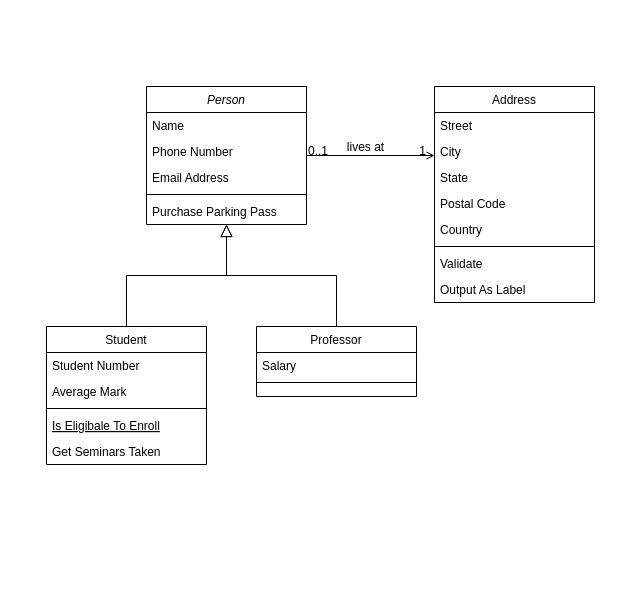
The draw.io diagram src/main/java/Practica10/Untitled Diagram.drawio in mikelghedina/JavaCourse, before the edit. Source tidied: cells renumbered, new cells numbered last; positions are measured from the earlier drawing's top-left corner, leaving out a move shared by most shapes. Both pictures are drawn from the tidied source at 100%, with x=0, y=0 at pixel (46, 86).
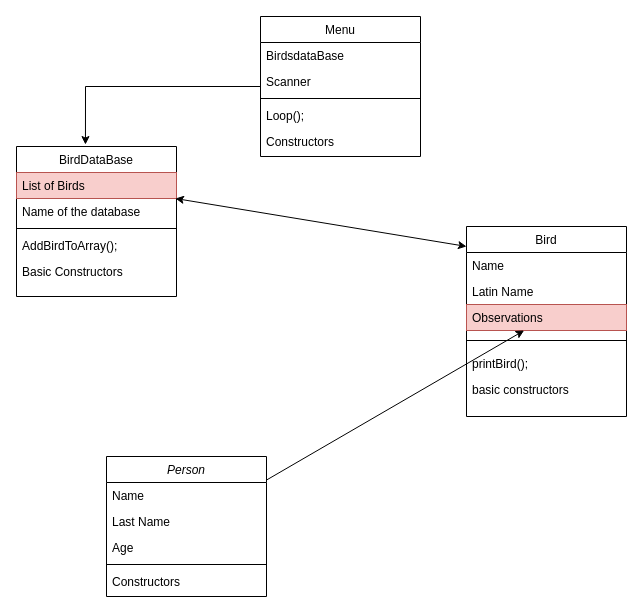
Above is the later version.

The edit, as a diff of the source:
```diff
@@
-    <mxCell id="2" value="Person" style="swimlane;fontStyle=2;align=center;verticalAlign=top;horizontal=1;startSize=26;rounded=0;shadow=0;strokeWidth=1;" parent="1" vertex="1">
-      <mxGeometry x="100" width="160" height="138" as="geometry" />
-    </mxCell>
-    <mxCell id="3" value="Name" style="text;align=left;verticalAlign=top;spacingLeft=4;spacingRight=4;overflow=hidden;" parent="2" vertex="1">
-      <mxGeometry y="26" width="160" height="26" as="geometry" />
-    </mxCell>
-    <mxCell id="4" value="Phone Number" style="text;align=left;verticalAlign=top;spacingLeft=4;spacingRight=4;overflow=hidden;rounded=0;shadow=0;html=0;" parent="2" vertex="1">
-      <mxGeometry y="52" width="160" height="26" as="geometry" />
-    </mxCell>
-    <mxCell id="5" value="Email Address" style="text;align=left;verticalAlign=top;spacingLeft=4;spacingRight=4;overflow=hidden;rounded=0;shadow=0;html=0;" parent="2" vertex="1">
-      <mxGeometry y="78" width="160" height="26" as="geometry" />
-    </mxCell>
-    <mxCell id="6" style="line;html=1;strokeWidth=1;align=left;verticalAlign=middle;spacingTop=-1;spacingLeft=3;spacingRight=3;labelPosition=right;" parent="2" vertex="1">
-      <mxGeometry y="104" width="160" height="8" as="geometry" />
-    </mxCell>
-    <mxCell id="7" value="Purchase Parking Pass" style="text;align=left;verticalAlign=top;spacingLeft=4;spacingRight=4;overflow=hidden;" parent="2" vertex="1">
-      <mxGeometry y="112" width="160" height="26" as="geometry" />
-    </mxCell>
+    <mxCell id="32" style="edgeStyle=orthogonalEdgeStyle;rounded=0;jettySize=auto;html=1;entryX=0.431;entryY=-0.013;entryDx=0;entryDy=0;entryPerimeter=0;" parent="1" edge="1" source="19" target="8">
+      <mxGeometry relative="1" as="geometry">
+        <Array as="points">
+          <mxPoint x="39" />
+        </Array>
+      </mxGeometry>
+    </mxCell>
+    <mxCell id="19" value="Menu" style="swimlane;fontStyle=0;align=center;verticalAlign=top;horizontal=1;startSize=26;rounded=0;shadow=0;strokeWidth=1;" parent="1" vertex="1">
+      <mxGeometry x="214" y="-70" width="160" height="140" as="geometry" />
+    </mxCell>
+    <mxCell id="20" value="BirdsdataBase" style="text;align=left;verticalAlign=top;spacingLeft=4;spacingRight=4;overflow=hidden;" parent="19" vertex="1">
+      <mxGeometry y="26" width="160" height="26" as="geometry" />
+    </mxCell>
+    <mxCell id="21" value="Scanner" style="text;align=left;verticalAlign=top;spacingLeft=4;spacingRight=4;overflow=hidden;rounded=0;shadow=0;html=0;" parent="19" vertex="1">
+      <mxGeometry y="52" width="160" height="26" as="geometry" />
+    </mxCell>
+    <mxCell id="25" style="line;html=1;strokeWidth=1;align=left;verticalAlign=middle;spacingTop=-1;spacingLeft=3;spacingRight=3;labelPosition=right;" parent="19" vertex="1">
+      <mxGeometry y="78" width="160" height="8" as="geometry" />
+    </mxCell>
+    <mxCell id="26" value="Loop();" style="text;align=left;verticalAlign=top;spacingLeft=4;spacingRight=4;overflow=hidden;" parent="19" vertex="1">
+      <mxGeometry y="86" width="160" height="26" as="geometry" />
+    </mxCell>
+    <mxCell id="27" value="Constructors" style="text;align=left;verticalAlign=top;spacingLeft=4;spacingRight=4;overflow=hidden;" parent="19" vertex="1">
+      <mxGeometry y="112" width="160" height="26" as="geometry" />
+    </mxCell>
-    <mxCell id="8" value="Student" style="swimlane;fontStyle=0;align=center;verticalAlign=top;horizontal=1;startSize=26;rounded=0;shadow=0;strokeWidth=1;" parent="1" vertex="1">
-      <mxGeometry y="240" width="160" height="138" as="geometry" />
+    <mxCell id="8" value="BirdDataBase" style="swimlane;fontStyle=0;align=center;verticalAlign=top;horizontal=1;startSize=26;rounded=0;shadow=0;strokeWidth=1;" parent="1" vertex="1">
+      <mxGeometry x="-30" y="60" width="160" height="150" as="geometry" />
     </mxCell>
-    <mxCell id="9" value="Student Number" style="text;align=left;verticalAlign=top;spacingLeft=4;spacingRight=4;overflow=hidden;points=[[0,0.5],[1,0.5]];portConstraint=eastwest;" parent="8" vertex="1">
+    <mxCell id="9" value="List of Birds" style="text;align=left;verticalAlign=top;spacingLeft=4;spacingRight=4;overflow=hidden;points=[[0,0.5],[1,0.5]];portConstraint=eastwest;fillColor=#f8cecc;strokeColor=#b85450;" parent="8" vertex="1">
       <mxGeometry y="26" width="160" height="26" as="geometry" />
     </mxCell>
-    <mxCell id="10" value="Average Mark" style="text;align=left;verticalAlign=top;spacingLeft=4;spacingRight=4;overflow=hidden;rounded=0;shadow=0;html=0;" parent="8" vertex="1">
+    <mxCell id="10" value="Name of the database" style="text;align=left;verticalAlign=top;spacingLeft=4;spacingRight=4;overflow=hidden;rounded=0;shadow=0;html=0;" parent="8" vertex="1">
       <mxGeometry y="52" width="160" height="26" as="geometry" />
     </mxCell>
@@
-    <mxCell id="12" value="Is Eligibale To Enroll" style="text;align=left;verticalAlign=top;spacingLeft=4;spacingRight=4;overflow=hidden;fontStyle=4;" parent="8" vertex="1">
+    <mxCell id="12" value="AddBirdToArray();" style="text;align=left;verticalAlign=top;spacingLeft=4;spacingRight=4;overflow=hidden;fontStyle=0;" parent="8" vertex="1">
       <mxGeometry y="86" width="160" height="26" as="geometry" />
     </mxCell>
-    <mxCell id="13" value="Get Seminars Taken" style="text;align=left;verticalAlign=top;spacingLeft=4;spacingRight=4;overflow=hidden;" parent="8" vertex="1">
-      <mxGeometry y="112" width="160" height="26" as="geometry" />
-    </mxCell>
-    <mxCell id="14" style="endArrow=block;endSize=10;endFill=0;shadow=0;strokeWidth=1;rounded=0;edgeStyle=elbowEdgeStyle;elbow=vertical;" parent="1" edge="1" source="8" target="2">
-      <mxGeometry relative="1" as="geometry" />
-    </mxCell>
+    <mxCell id="33" value="Basic Constructors" style="text;strokeColor=none;fillColor=none;align=left;verticalAlign=top;spacingLeft=4;spacingRight=4;overflow=hidden;" parent="8" vertex="1">
+      <mxGeometry y="112" width="160" height="26" as="geometry" />
+    </mxCell>
+    <mxCell id="34" style="endArrow=classic;startArrow=classic;html=1;entryX=0;entryY=0.105;entryDx=0;entryDy=0;entryPerimeter=0;" parent="1" edge="1" source="9" target="15">
+      <mxGeometry relative="1" as="geometry" />
+    </mxCell>
-    <mxCell id="15" value="Professor" style="swimlane;fontStyle=0;align=center;verticalAlign=top;horizontal=1;startSize=26;rounded=0;shadow=0;strokeWidth=1;" parent="1" vertex="1">
-      <mxGeometry x="210" y="240" width="160" height="70" as="geometry" />
+    <mxCell id="15" value="Bird" style="swimlane;fontStyle=0;align=center;verticalAlign=top;horizontal=1;startSize=26;rounded=0;shadow=0;strokeWidth=1;" parent="1" vertex="1">
+      <mxGeometry x="420" y="140" width="160" height="190" as="geometry" />
     </mxCell>
-    <mxCell id="16" value="Salary" style="text;align=left;verticalAlign=top;spacingLeft=4;spacingRight=4;overflow=hidden;" parent="15" vertex="1">
+    <mxCell id="16" value="Name" style="text;align=left;verticalAlign=top;spacingLeft=4;spacingRight=4;overflow=hidden;" parent="15" vertex="1">
       <mxGeometry y="26" width="160" height="26" as="geometry" />
     </mxCell>
+    <mxCell id="35" value="Latin Name" style="text;strokeColor=none;fillColor=none;align=left;verticalAlign=top;spacingLeft=4;spacingRight=4;overflow=hidden;" parent="15" vertex="1">
+      <mxGeometry y="52" width="160" height="26" as="geometry" />
+    </mxCell>
+    <mxCell id="36" value="Observations" style="text;strokeColor=#b85450;fillColor=#f8cecc;align=left;verticalAlign=top;spacingLeft=4;spacingRight=4;overflow=hidden;points=[[0,0.5],[1,0.5]];portConstraint=eastwest;rounded=0;" parent="15" vertex="1">
+      <mxGeometry y="78" width="160" height="26" as="geometry" />
+    </mxCell>
     <mxCell id="17" style="line;html=1;strokeWidth=1;align=left;verticalAlign=middle;spacingTop=-1;spacingLeft=3;spacingRight=3;labelPosition=right;" parent="15" vertex="1">
-      <mxGeometry y="52" width="160" height="8" as="geometry" />
+      <mxGeometry y="104" width="160" height="20" as="geometry" />
     </mxCell>
-    <mxCell id="18" style="endArrow=block;endSize=10;endFill=0;shadow=0;strokeWidth=1;rounded=0;edgeStyle=elbowEdgeStyle;elbow=vertical;" parent="1" edge="1" source="15" target="2">
-      <mxGeometry relative="1" as="geometry" />
-    </mxCell>
-    <mxCell id="19" value="Address" style="swimlane;fontStyle=0;align=center;verticalAlign=top;horizontal=1;startSize=26;rounded=0;shadow=0;strokeWidth=1;" parent="1" vertex="1">
-      <mxGeometry x="388" width="160" height="216" as="geometry" />
-    </mxCell>
-    <mxCell id="20" value="Street" style="text;align=left;verticalAlign=top;spacingLeft=4;spacingRight=4;overflow=hidden;" parent="19" vertex="1">
-      <mxGeometry y="26" width="160" height="26" as="geometry" />
-    </mxCell>
-    <mxCell id="21" value="City" style="text;align=left;verticalAlign=top;spacingLeft=4;spacingRight=4;overflow=hidden;rounded=0;shadow=0;html=0;" parent="19" vertex="1">
-      <mxGeometry y="52" width="160" height="26" as="geometry" />
-    </mxCell>
-    <mxCell id="22" value="State" style="text;align=left;verticalAlign=top;spacingLeft=4;spacingRight=4;overflow=hidden;rounded=0;shadow=0;html=0;" parent="19" vertex="1">
-      <mxGeometry y="78" width="160" height="26" as="geometry" />
-    </mxCell>
-    <mxCell id="23" value="Postal Code" style="text;align=left;verticalAlign=top;spacingLeft=4;spacingRight=4;overflow=hidden;rounded=0;shadow=0;html=0;" parent="19" vertex="1">
-      <mxGeometry y="104" width="160" height="26" as="geometry" />
-    </mxCell>
-    <mxCell id="24" value="Country" style="text;align=left;verticalAlign=top;spacingLeft=4;spacingRight=4;overflow=hidden;rounded=0;shadow=0;html=0;" parent="19" vertex="1">
-      <mxGeometry y="130" width="160" height="26" as="geometry" />
-    </mxCell>
-    <mxCell id="25" style="line;html=1;strokeWidth=1;align=left;verticalAlign=middle;spacingTop=-1;spacingLeft=3;spacingRight=3;labelPosition=right;" parent="19" vertex="1">
-      <mxGeometry y="156" width="160" height="8" as="geometry" />
-    </mxCell>
-    <mxCell id="26" value="Validate" style="text;align=left;verticalAlign=top;spacingLeft=4;spacingRight=4;overflow=hidden;" parent="19" vertex="1">
-      <mxGeometry y="164" width="160" height="26" as="geometry" />
-    </mxCell>
-    <mxCell id="27" value="Output As Label" style="text;align=left;verticalAlign=top;spacingLeft=4;spacingRight=4;overflow=hidden;" parent="19" vertex="1">
-      <mxGeometry y="190" width="160" height="26" as="geometry" />
-    </mxCell>
-    <mxCell id="28" style="endArrow=open;shadow=0;strokeWidth=1;rounded=0;endFill=1;edgeStyle=elbowEdgeStyle;elbow=vertical;" parent="1" edge="1" source="2" target="19">
-      <mxGeometry x="0.5" y="41" relative="1" as="geometry">
-        <mxPoint x="-40" y="32" as="offset" />
-      </mxGeometry>
-    </mxCell>
-    <mxCell id="29" value="0..1" style="align=left;verticalAlign=bottom;labelBackgroundColor=none;fontSize=12;" parent="28" vertex="1">
-      <mxGeometry x="-1" relative="1" as="geometry">
-        <mxPoint y="4" as="offset" />
-      </mxGeometry>
-    </mxCell>
-    <mxCell id="30" value="1" style="align=right;verticalAlign=bottom;labelBackgroundColor=none;fontSize=12;" parent="28" vertex="1">
-      <mxGeometry x="1" relative="1" as="geometry">
-        <mxPoint x="-7" y="4" as="offset" />
-      </mxGeometry>
-    </mxCell>
-    <mxCell id="31" value="lives at" style="text;html=1;align=center;verticalAlign=middle;labelBackgroundColor=none;rounded=0;shadow=0;strokeWidth=1;fontSize=12;" parent="28" vertex="1">
-      <mxGeometry x="0.5" y="49" relative="1" as="geometry">
-        <mxPoint x="-38" y="40" as="offset" />
-      </mxGeometry>
-    </mxCell>
+    <mxCell id="37" value="printBird();" style="text;strokeColor=none;fillColor=none;align=left;verticalAlign=top;spacingLeft=4;spacingRight=4;overflow=hidden;" parent="15" vertex="1">
+      <mxGeometry y="124" width="160" height="26" as="geometry" />
+    </mxCell>
+    <mxCell id="38" value="basic constructors" style="text;strokeColor=none;fillColor=none;align=left;verticalAlign=top;spacingLeft=4;spacingRight=4;overflow=hidden;" parent="15" vertex="1">
+      <mxGeometry y="150" width="160" height="26" as="geometry" />
+    </mxCell>
+    <mxCell id="2" value="Person" style="swimlane;fontStyle=2;align=center;verticalAlign=top;horizontal=1;startSize=26;rounded=0;shadow=0;strokeWidth=1;" parent="1" vertex="1">
+      <mxGeometry x="60" y="370" width="160" height="140" as="geometry" />
+    </mxCell>
+    <mxCell id="3" value="Name" style="text;align=left;verticalAlign=top;spacingLeft=4;spacingRight=4;overflow=hidden;" parent="2" vertex="1">
+      <mxGeometry y="26" width="160" height="26" as="geometry" />
+    </mxCell>
+    <mxCell id="4" value="Last Name" style="text;align=left;verticalAlign=top;spacingLeft=4;spacingRight=4;overflow=hidden;rounded=0;shadow=0;html=0;" parent="2" vertex="1">
+      <mxGeometry y="52" width="160" height="26" as="geometry" />
+    </mxCell>
+    <mxCell id="39" value="Age" style="text;strokeColor=none;fillColor=none;align=left;verticalAlign=top;spacingLeft=4;spacingRight=4;overflow=hidden;" parent="2" vertex="1">
+      <mxGeometry y="78" width="160" height="26" as="geometry" />
+    </mxCell>
+    <mxCell id="6" style="line;html=1;strokeWidth=1;align=left;verticalAlign=middle;spacingTop=-1;spacingLeft=3;spacingRight=3;labelPosition=right;" parent="2" vertex="1">
+      <mxGeometry y="104" width="160" height="8" as="geometry" />
+    </mxCell>
+    <mxCell id="7" value="Constructors" style="text;align=left;verticalAlign=top;spacingLeft=4;spacingRight=4;overflow=hidden;" parent="2" vertex="1">
+      <mxGeometry y="112" width="160" height="26" as="geometry" />
+    </mxCell>
+    <mxCell id="40" style="endArrow=classic;html=1;" parent="1" edge="1" source="2" target="36">
+      <mxGeometry relative="1" as="geometry" />
+    </mxCell>
```
